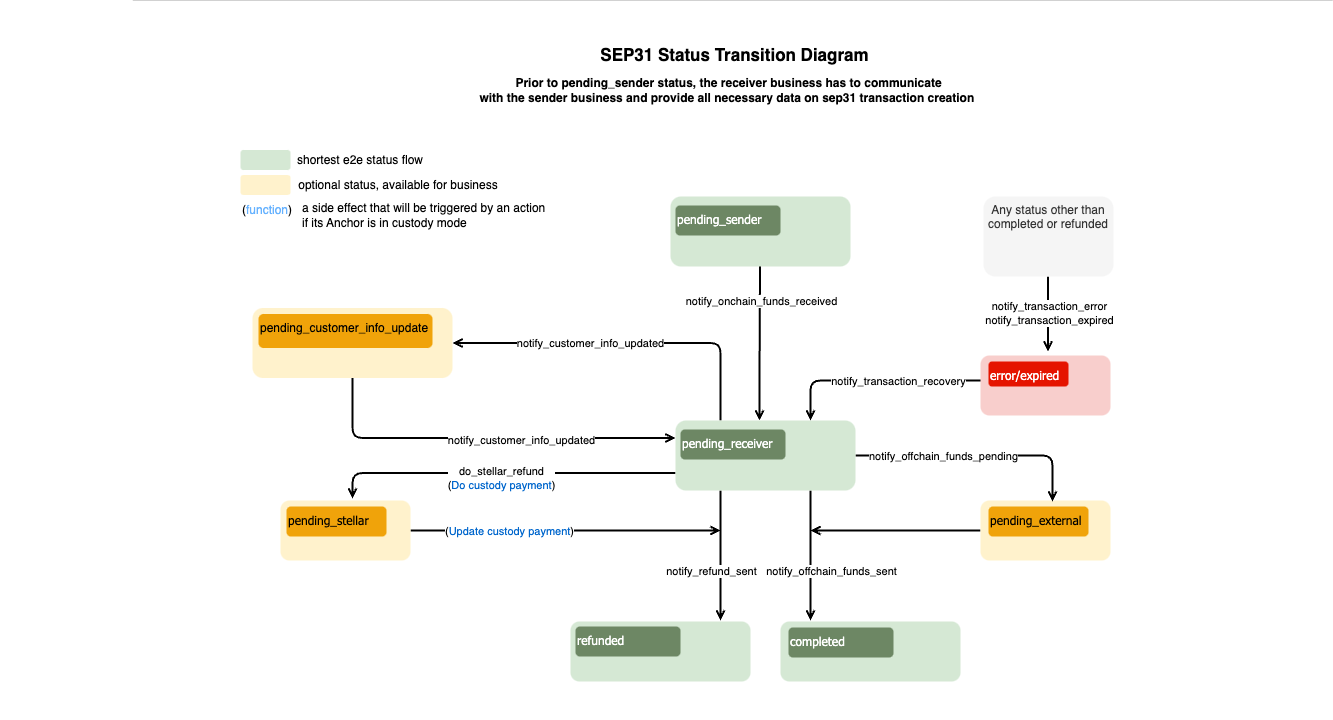
Before: platforms/anchor-platform/assets/sep31-transition-diagram.png, a diagram exported from draw.io (stellar/stellar-docs). Source tidied: cells renumbered, new cells last; positions are measured from the earlier drawing's top-left corner, leaving out a move shared by most shapes.
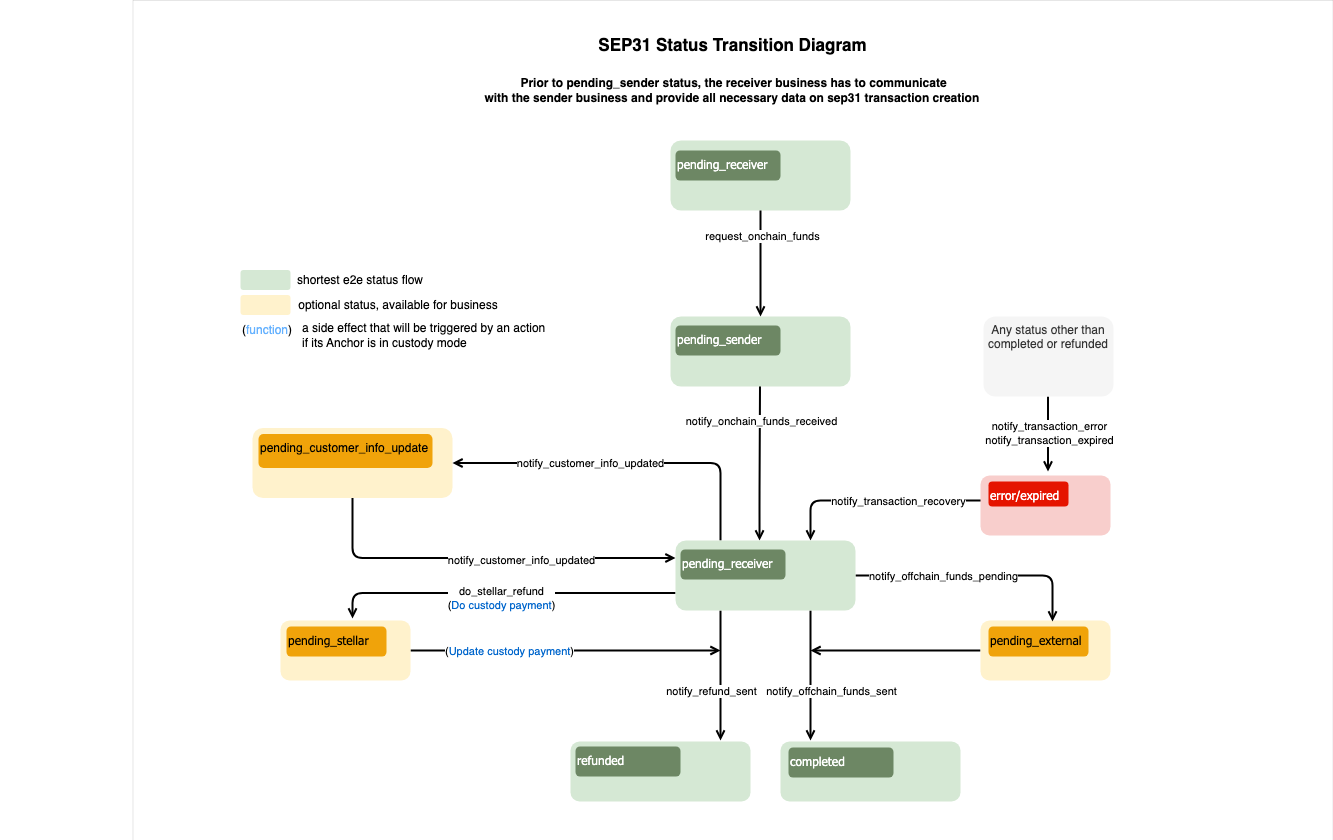
The same diagram one commit later.

Diff of the diagram source:
```diff
@@ -3,7 +3,7 @@
     <mxCell id="0" />
     <mxCell id="1" parent="0" />
     <mxCell id="2" style="rounded=0;whiteSpace=wrap;html=1;strokeWidth=0;" parent="1" vertex="1">
-      <mxGeometry x="132.5" width="1200" height="720" as="geometry" />
+      <mxGeometry x="132.5" y="-120" width="1200" height="840" as="geometry" />
     </mxCell>
     <mxCell id="3" style="group;" parent="1" vertex="1">
       <mxGeometry y="144.5" width="508" height="163" as="geometry" />
@@ -40,10 +40,10 @@
       </mxGeometry>
     </mxCell>
     <mxCell id="12" value="SEP31 Status Transition Diagram" style="text;html=1;strokeColor=none;fillColor=none;align=center;verticalAlign=middle;whiteSpace=wrap;rounded=0;fontSize=17;fontStyle=1;" parent="1" vertex="1">
-      <mxGeometry x="597.5" y="40" width="272.5" height="30" as="geometry" />
+      <mxGeometry x="596.2" y="-90" width="272.5" height="30" as="geometry" />
     </mxCell>
     <mxCell id="13" value="&lt;b&gt;Prior to pending_sender status, the receiver business has to communicate &lt;br&gt;with the sender business and provide all necessary data on sep31 transaction creation&amp;nbsp;&lt;/b&gt;" style="text;html=1;align=center;verticalAlign=middle;strokeColor=none;fillColor=none;" parent="1" vertex="1">
-      <mxGeometry x="468" y="70" width="520" height="40" as="geometry" />
+      <mxGeometry x="472.5" y="-50" width="520" height="40" as="geometry" />
     </mxCell>
     <mxCell id="14" style="endArrow=open;html=1;rounded=1;strokeWidth=2;endFill=0;entryX=0.75;entryY=0;entryDx=0;entryDy=0;exitX=0.015;exitY=0.417;exitDx=0;exitDy=0;exitPerimeter=0;" parent="1" edge="1" source="25" target="48">
       <mxGeometry relative="1" as="geometry">
@@ -184,5 +184,21 @@
     <mxCell id="49" value="pending_receiver" style="rounded=1;whiteSpace=wrap;html=1;verticalAlign=top;align=left;fillColor=#6d8764;fontFamily=Tahoma;strokeColor=none;fontColor=#ffffff;" parent="1" vertex="1">
       <mxGeometry x="680" y="429" width="105" height="30" as="geometry" />
     </mxCell>
+    <mxCell id="50" style="rounded=1;whiteSpace=wrap;html=1;fillColor=#d5e8d4;strokeColor=none;" parent="1" vertex="1">
+      <mxGeometry x="670" y="20" width="180" height="70" as="geometry" />
+    </mxCell>
+    <mxCell id="51" value="pending_receiver" style="rounded=1;whiteSpace=wrap;html=1;verticalAlign=top;align=left;fillColor=#6d8764;fontFamily=Tahoma;strokeColor=none;fontColor=#ffffff;" parent="1" vertex="1">
+      <mxGeometry x="675" y="30" width="105" height="30" as="geometry" />
+    </mxCell>
+    <mxCell id="52" style="endArrow=open;html=1;rounded=1;exitX=0.5;exitY=1;exitDx=0;exitDy=0;endFill=0;strokeWidth=2;entryX=0.5;entryY=0;entryDx=0;entryDy=0;" parent="1" edge="1" target="20">
+      <mxGeometry relative="1" as="geometry">
+        <mxPoint x="760" y="90" as="sourcePoint" />
+      </mxGeometry>
+    </mxCell>
+    <mxCell id="53" value="request_onchain_funds" style="edgeLabel;html=1;align=center;verticalAlign=middle;" parent="52" vertex="1">
+      <mxGeometry x="-0.55" y="-1" relative="1" as="geometry">
+        <mxPoint x="2" y="1" as="offset" />
+      </mxGeometry>
+    </mxCell>
   </root>
 </mxGraphModel>
```
